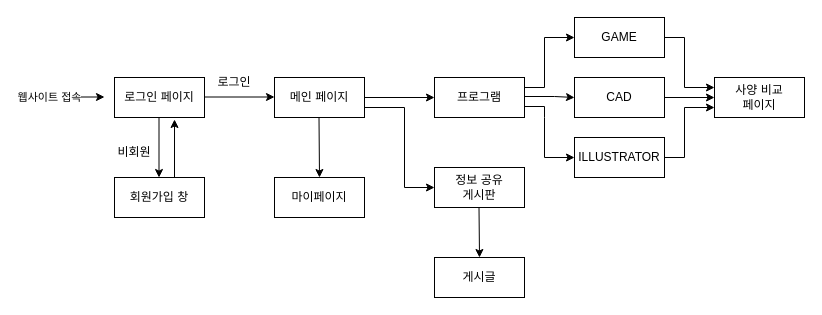
Above: Untitled Diagram.drawio in MyHighIsEpik/project-cpp (draw.io), before the change. Source tidied: cells renumbered, new cells numbered last; positions are measured from the earlier drawing's top-left corner, leaving out a move shared by most shapes. Both pictures are drawn from the tidied source at 100%, with x=0, y=0 at pixel (24, 17).
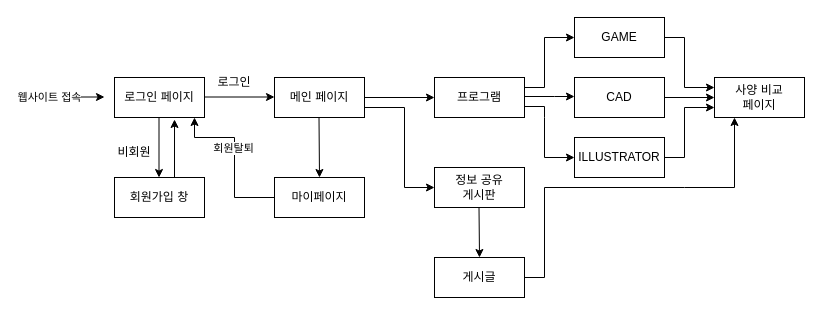
The same diagram, later.

Commit message (it also covers changes not shown here):
FLOW DIAGRAM

Unchanged cells that the change refers to:
```xml
<mxCell id="16" value="마이페이지" style="rounded=0;whiteSpace=wrap;html=1;" parent="1" vertex="1">
  <mxGeometry x="250" y="160" width="90" height="40" as="geometry" />
</mxCell>
<mxCell id="18" value="게시글" style="rounded=0;whiteSpace=wrap;html=1;" parent="1" vertex="1">
  <mxGeometry x="410" y="240" width="90" height="40" as="geometry" />
</mxCell>
<mxCell id="21" value="CAD" style="rounded=0;whiteSpace=wrap;html=1;" parent="1" vertex="1">
  <mxGeometry x="550" y="60" width="90" height="40" as="geometry" />
</mxCell>
```

Diff of the diagram source:
```diff
@@
-    <mxCell id="23" style="endArrow=classic;html=1;rounded=0;exitX=1;exitY=0.5;exitDx=0;exitDy=0;entryX=0;entryY=0.5;entryDx=0;entryDy=0;" parent="1" edge="1" target="21">
+    <mxCell id="23" style="endArrow=classic;html=1;rounded=0;exitX=1;exitY=0.5;exitDx=0;exitDy=0;" parent="1" edge="1">
       <mxGeometry relative="1" as="geometry">
         <mxPoint x="500" y="79" as="sourcePoint" />
+        <mxPoint x="550" y="79" as="targetPoint" />
         <Array as="points">
           <mxPoint x="530" y="79" />
         </Array>
       </mxGeometry>
     </mxCell>
@@
+    <mxCell id="30" style="endArrow=classic;html=1;rounded=0;exitX=1;exitY=0.5;exitDx=0;exitDy=0;" parent="1" edge="1" source="18">
+      <mxGeometry relative="1" as="geometry">
+        <mxPoint x="710" y="100" as="targetPoint" />
+        <Array as="points">
+          <mxPoint x="520" y="260" />
+          <mxPoint x="520" y="170" />
+          <mxPoint x="660" y="170" />
+          <mxPoint x="710" y="170" />
+        </Array>
+      </mxGeometry>
+    </mxCell>
+    <mxCell id="31" style="endArrow=classic;html=1;rounded=0;exitX=0;exitY=0.5;exitDx=0;exitDy=0;" parent="1" edge="1" source="16">
+      <mxGeometry relative="1" as="geometry">
+        <mxPoint x="170" y="100" as="targetPoint" />
+        <Array as="points">
+          <mxPoint x="210" y="180" />
+          <mxPoint x="210" y="120" />
+          <mxPoint x="170" y="120" />
+        </Array>
+      </mxGeometry>
+    </mxCell>
+    <mxCell id="32" value="회원탈퇴" style="edgeLabel;html=1;align=center;verticalAlign=middle;" parent="31" vertex="1">
+      <mxGeometry x="0.12" y="2" relative="1" as="geometry" />
+    </mxCell>
```
